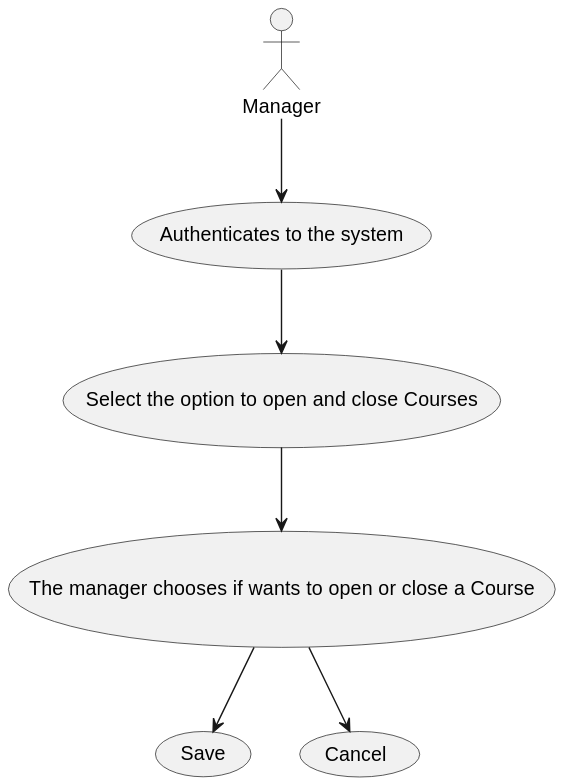
Before: docs/SPRINT B/US1004/Use_Case_Diagram.svg, a diagram exported from PlantUML (mascenso/isep-sem4-lapr4). The source it was exported from:
```plantuml
@startuml




actor Manager
    Manager -down-> (Authenticates to the system)
    (Authenticates to the system) --> (Select the option to open and close Courses)
    (Select the option to open and close Courses) --> (The manager chooses if wants to open or close a Course)

  (The manager chooses if wants to open or close a Course) --> (Save)
  (The manager chooses if wants to open or close a Course) --> (Cancel)
@enduml
```
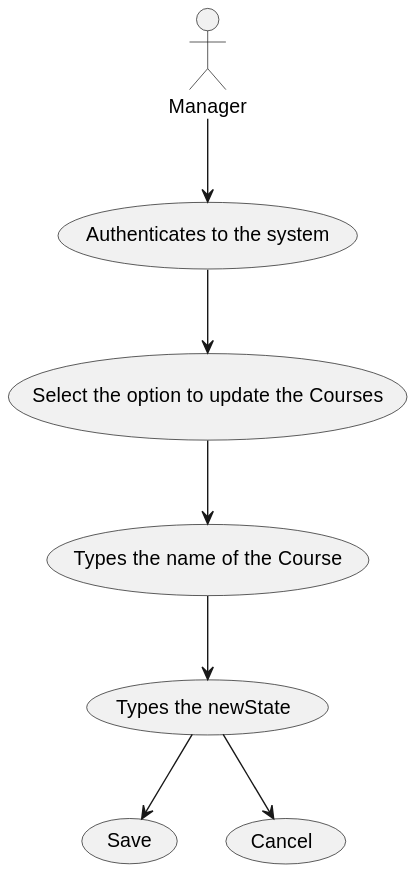
The same file after the commit.

Diff of the diagram source:
```diff
@@ -5,9 +5,10 @@
 
 actor Manager
     Manager -down-> (Authenticates to the system)
-    (Authenticates to the system) --> (Select the option to open and close Courses)
-    (Select the option to open and close Courses) --> (The manager chooses if wants to open or close a Course)
+    (Authenticates to the system) --> (Select the option to update the Courses)
+    (Select the option to update the Courses) --> (Types the name of the Course)
+    (Types the name of the Course) --> (Types the newState)
 
-  (The manager chooses if wants to open or close a Course) --> (Save)
-  (The manager chooses if wants to open or close a Course) --> (Cancel)
+  (Types the newState) --> (Save)
+  (Types the newState) --> (Cancel)
 @enduml
```
